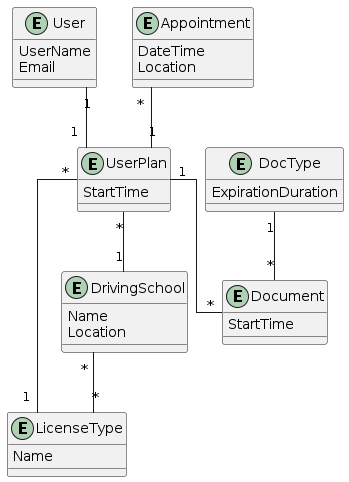
2526-wmc-3bhif-classroom-org/sommerprojekt-wmc-summer-project-brunner-mostbauer-maric keeps this PlantUML diagram as images/db.png. Above is the earlier version.
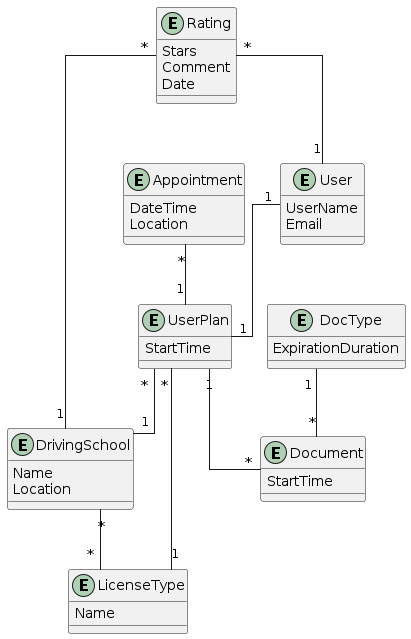
After the commit.

What changed in the source:
```diff
@@ -32,6 +32,12 @@
 StartTime
 }
 
+entity Rating{
+    Stars
+    Comment
+    Date
+}
+
 UserPlan "*" -- "1" DrivingSchool
 UserPlan "1" -- "*" Document
 DocType "1" -- "*" Document
@@ -40,4 +46,7 @@
 User "1" -- "1" UserPlan
 LicenseType "1" -- "*" UserPlan
 
+Rating "*" -- "1" User
+Rating "*" -- "1" DrivingSchool
+
 @enduml
```
